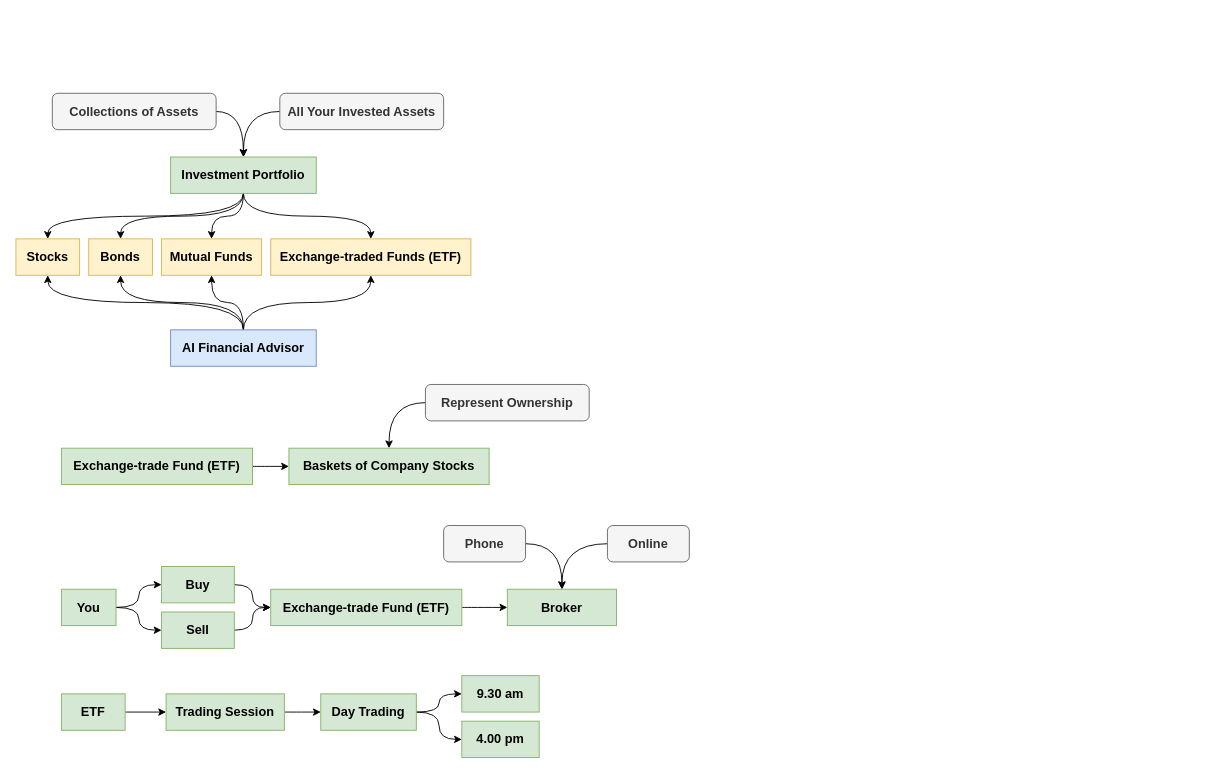
Cryptolibertarian-id/The-Carbon-Credit-Course keeps this draw.io diagram as page "ETF" (2 of 2) of draw.io/ETF.drawio. Above is the earlier version. Source tidied: cells renumbered, new cells numbered last; positions are measured from the earlier drawing's top-left corner, leaving out a move shared by most shapes. Both pictures are drawn from the tidied source at 91%, with x=0, y=0 at pixel (15, 93).
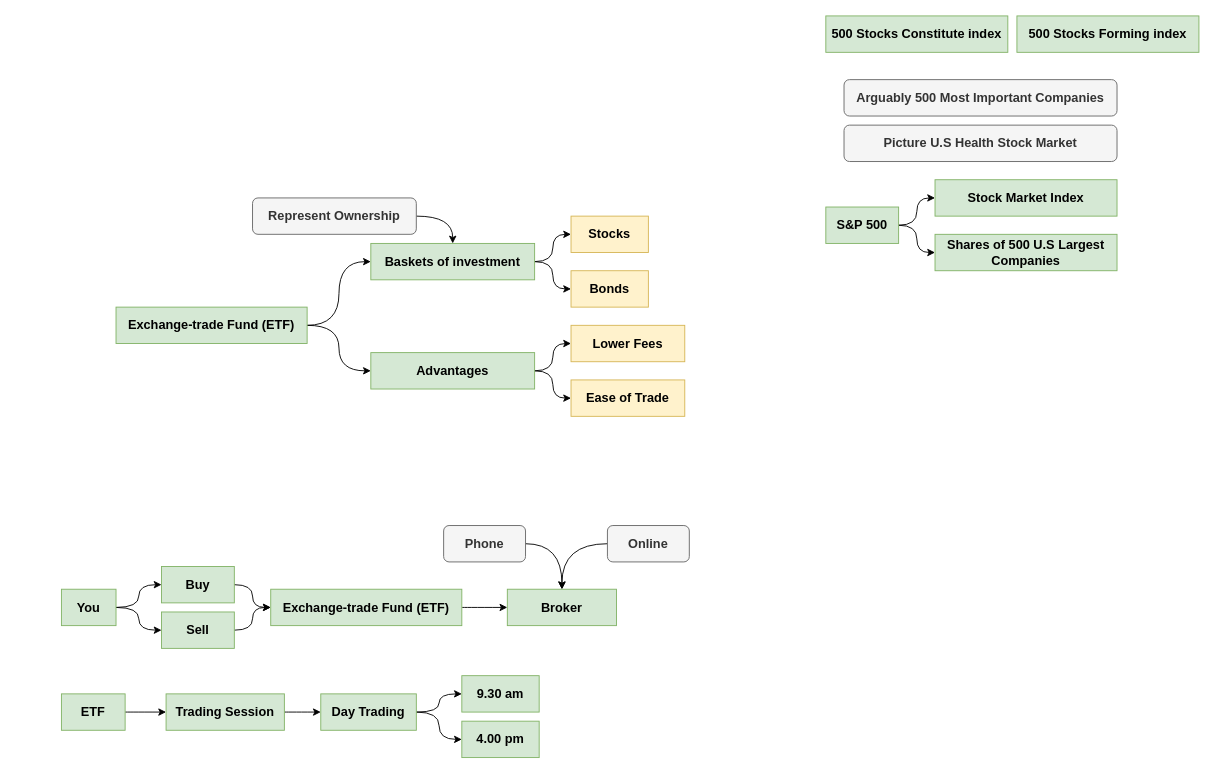
The same page after the edit.

The edit, as a diff of the source:
```diff
@@
+    <mxCell id="48" style="edgeStyle=orthogonalEdgeStyle;curved=1;jettySize=auto;html=1;exitX=1;exitY=0.5;exitDx=0;exitDy=0;entryX=0;entryY=0.5;entryDx=0;entryDy=0;" parent="1" edge="1" source="22" target="53">
+      <mxGeometry relative="1" as="geometry" />
+    </mxCell>
-    <mxCell id="21" style="edgeStyle=orthogonalEdgeStyle;curved=1;jettySize=auto;html=1;exitX=1;exitY=0.5;exitDx=0;exitDy=0;" parent="1" edge="1" source="22" target="23">
+    <mxCell id="21" style="edgeStyle=orthogonalEdgeStyle;curved=1;jettySize=auto;html=1;exitX=1;exitY=0.5;exitDx=0;exitDy=0;entryX=0;entryY=0.5;entryDx=0;entryDy=0;" parent="1" edge="1" source="22" target="23">
       <mxGeometry relative="1" as="geometry" />
     </mxCell>
     <mxCell id="22" value="&lt;span style=&quot;font-size: 14px&quot;&gt;&lt;b&gt;Exchange-trade Fund (ETF)&lt;/b&gt;&lt;/span&gt;" style="rounded=0;whiteSpace=wrap;html=1;fillColor=#d5e8d4;strokeColor=#82b366;" parent="1" vertex="1">
-      <mxGeometry x="50" y="390" width="210" height="40" as="geometry" />
+      <mxGeometry x="110" y="235" width="210" height="40" as="geometry" />
     </mxCell>
+    <mxCell id="49" style="edgeStyle=orthogonalEdgeStyle;curved=1;jettySize=auto;html=1;exitX=1;exitY=0.5;exitDx=0;exitDy=0;" parent="1" edge="1" source="23" target="39">
+      <mxGeometry relative="1" as="geometry" />
+    </mxCell>
+    <mxCell id="50" style="edgeStyle=orthogonalEdgeStyle;curved=1;jettySize=auto;html=1;exitX=1;exitY=0.5;exitDx=0;exitDy=0;" parent="1" edge="1" source="23" target="40">
+      <mxGeometry relative="1" as="geometry" />
+    </mxCell>
-    <mxCell id="23" value="&lt;span style=&quot;font-size: 14px&quot;&gt;&lt;b&gt;Baskets of Company Stocks&lt;/b&gt;&lt;/span&gt;" style="rounded=0;whiteSpace=wrap;html=1;fillColor=#d5e8d4;strokeColor=#82b366;" parent="1" vertex="1">
-      <mxGeometry x="300" y="390" width="220" height="40" as="geometry" />
+    <mxCell id="23" value="&lt;span style=&quot;font-size: 14px&quot;&gt;&lt;b&gt;Baskets of investment&lt;/b&gt;&lt;/span&gt;" style="rounded=0;whiteSpace=wrap;html=1;fillColor=#d5e8d4;strokeColor=#82b366;" parent="1" vertex="1">
+      <mxGeometry x="390" y="165" width="180" height="40" as="geometry" />
     </mxCell>
-    <mxCell id="24" style="edgeStyle=orthogonalEdgeStyle;curved=1;jettySize=auto;html=1;exitX=0;exitY=0.5;exitDx=0;exitDy=0;" parent="1" edge="1" source="25" target="23">
+    <mxCell id="24" style="edgeStyle=orthogonalEdgeStyle;curved=1;jettySize=auto;html=1;exitX=1;exitY=0.5;exitDx=0;exitDy=0;entryX=0.5;entryY=0;entryDx=0;entryDy=0;" parent="1" edge="1" source="25" target="23">
       <mxGeometry relative="1" as="geometry" />
     </mxCell>
     <mxCell id="25" value="&lt;span style=&quot;font-size: 14px&quot;&gt;&lt;b&gt;Represent Ownership&lt;/b&gt;&lt;/span&gt;" style="rounded=1;whiteSpace=wrap;html=1;fillColor=#f5f5f5;strokeColor=#666666;fontColor=#333333;" parent="1" vertex="1">
-      <mxGeometry x="450" y="320" width="180" height="40" as="geometry" />
+      <mxGeometry x="260" y="115" width="180" height="40" as="geometry" />
     </mxCell>
@@
-    <mxCell id="30" style="edgeStyle=orthogonalEdgeStyle;curved=1;jettySize=auto;html=1;exitX=0.5;exitY=1;exitDx=0;exitDy=0;" parent="1" edge="1" source="34" target="39">
-      <mxGeometry relative="1" as="geometry" />
-    </mxCell>
-    <mxCell id="31" style="edgeStyle=orthogonalEdgeStyle;curved=1;jettySize=auto;html=1;exitX=0.5;exitY=1;exitDx=0;exitDy=0;" parent="1" edge="1" source="34" target="42">
-      <mxGeometry relative="1" as="geometry" />
-    </mxCell>
-    <mxCell id="32" style="edgeStyle=orthogonalEdgeStyle;curved=1;jettySize=auto;html=1;exitX=0.5;exitY=1;exitDx=0;exitDy=0;entryX=0.5;entryY=0;entryDx=0;entryDy=0;" parent="1" edge="1" source="34" target="40">
-      <mxGeometry relative="1" as="geometry" />
-    </mxCell>
-    <mxCell id="33" style="edgeStyle=orthogonalEdgeStyle;curved=1;jettySize=auto;html=1;exitX=0.5;exitY=1;exitDx=0;exitDy=0;" parent="1" edge="1" source="34" target="41">
-      <mxGeometry relative="1" as="geometry" />
-    </mxCell>
-    <mxCell id="34" value="&lt;span style=&quot;font-size: 14px&quot;&gt;&lt;b&gt;Investment Portfolio&lt;/b&gt;&lt;/span&gt;" style="rounded=0;whiteSpace=wrap;html=1;fillColor=#d5e8d4;strokeColor=#82b366;" parent="1" vertex="1">
-      <mxGeometry x="170" y="70" width="160" height="40" as="geometry" />
-    </mxCell>
-    <mxCell id="35" style="edgeStyle=orthogonalEdgeStyle;curved=1;jettySize=auto;html=1;exitX=0;exitY=0.5;exitDx=0;exitDy=0;" parent="1" edge="1" source="36" target="34">
-      <mxGeometry relative="1" as="geometry" />
-    </mxCell>
-    <mxCell id="36" value="&lt;span style=&quot;font-size: 14px&quot;&gt;&lt;b&gt;All Your Invested Assets&lt;/b&gt;&lt;/span&gt;" style="rounded=1;whiteSpace=wrap;html=1;fillColor=#f5f5f5;strokeColor=#666666;fontColor=#333333;" parent="1" vertex="1">
-      <mxGeometry x="290" width="180" height="40" as="geometry" />
-    </mxCell>
-    <mxCell id="37" style="edgeStyle=orthogonalEdgeStyle;curved=1;jettySize=auto;html=1;exitX=1;exitY=0.5;exitDx=0;exitDy=0;entryX=0.5;entryY=0;entryDx=0;entryDy=0;" parent="1" edge="1" source="38" target="34">
-      <mxGeometry relative="1" as="geometry" />
-    </mxCell>
-    <mxCell id="38" value="&lt;span style=&quot;font-size: 14px&quot;&gt;&lt;b&gt;Collections of Assets&lt;/b&gt;&lt;/span&gt;" style="rounded=1;whiteSpace=wrap;html=1;fillColor=#f5f5f5;strokeColor=#666666;fontColor=#333333;" parent="1" vertex="1">
-      <mxGeometry x="40" width="180" height="40" as="geometry" />
-    </mxCell>
+    <mxCell id="40" value="&lt;span style=&quot;font-size: 14px&quot;&gt;&lt;b&gt;Bonds&lt;/b&gt;&lt;/span&gt;" style="rounded=0;whiteSpace=wrap;html=1;fillColor=#fff2cc;strokeColor=#d6b656;" parent="1" vertex="1">
+      <mxGeometry x="610" y="195" width="85" height="40" as="geometry" />
+    </mxCell>
     <mxCell id="39" value="&lt;span style=&quot;font-size: 14px&quot;&gt;&lt;b&gt;Stocks&lt;/b&gt;&lt;/span&gt;" style="rounded=0;whiteSpace=wrap;html=1;fillColor=#fff2cc;strokeColor=#d6b656;" parent="1" vertex="1">
-      <mxGeometry y="160" width="70" height="40" as="geometry" />
+      <mxGeometry x="610" y="135" width="85" height="40" as="geometry" />
     </mxCell>
-    <mxCell id="40" value="&lt;span style=&quot;font-size: 14px&quot;&gt;&lt;b&gt;Bonds&lt;/b&gt;&lt;/span&gt;" style="rounded=0;whiteSpace=wrap;html=1;fillColor=#fff2cc;strokeColor=#d6b656;" parent="1" vertex="1">
-      <mxGeometry x="80" y="160" width="70" height="40" as="geometry" />
-    </mxCell>
-    <mxCell id="41" value="&lt;span style=&quot;font-size: 14px&quot;&gt;&lt;b&gt;Mutual Funds&lt;/b&gt;&lt;/span&gt;" style="rounded=0;whiteSpace=wrap;html=1;fillColor=#fff2cc;strokeColor=#d6b656;" parent="1" vertex="1">
-      <mxGeometry x="160" y="160" width="110" height="40" as="geometry" />
-    </mxCell>
-    <mxCell id="42" value="&lt;span style=&quot;font-size: 14px&quot;&gt;&lt;b&gt;Exchange-traded Funds (ETF)&lt;/b&gt;&lt;/span&gt;" style="rounded=0;whiteSpace=wrap;html=1;fillColor=#fff2cc;strokeColor=#d6b656;" parent="1" vertex="1">
-      <mxGeometry x="280" y="160" width="220" height="40" as="geometry" />
-    </mxCell>
-    <mxCell id="43" style="edgeStyle=orthogonalEdgeStyle;curved=1;jettySize=auto;html=1;exitX=0.5;exitY=0;exitDx=0;exitDy=0;" parent="1" edge="1" source="47" target="39">
-      <mxGeometry relative="1" as="geometry" />
-    </mxCell>
-    <mxCell id="44" style="edgeStyle=orthogonalEdgeStyle;curved=1;jettySize=auto;html=1;exitX=0.5;exitY=0;exitDx=0;exitDy=0;" parent="1" edge="1" source="47" target="40">
-      <mxGeometry relative="1" as="geometry" />
-    </mxCell>
-    <mxCell id="45" style="edgeStyle=orthogonalEdgeStyle;curved=1;jettySize=auto;html=1;exitX=0.5;exitY=0;exitDx=0;exitDy=0;" parent="1" edge="1" source="47" target="41">
-      <mxGeometry relative="1" as="geometry" />
-    </mxCell>
-    <mxCell id="46" style="edgeStyle=orthogonalEdgeStyle;curved=1;jettySize=auto;html=1;exitX=0.5;exitY=0;exitDx=0;exitDy=0;" parent="1" edge="1" source="47" target="42">
-      <mxGeometry relative="1" as="geometry" />
-    </mxCell>
-    <mxCell id="47" value="&lt;span style=&quot;font-size: 14px&quot;&gt;&lt;b&gt;AI Financial Advisor&lt;/b&gt;&lt;/span&gt;" style="rounded=0;whiteSpace=wrap;html=1;fillColor=#dae8fc;strokeColor=#6c8ebf;" parent="1" vertex="1">
-      <mxGeometry x="170" y="260" width="160" height="40" as="geometry" />
-    </mxCell>
+    <mxCell id="51" style="edgeStyle=orthogonalEdgeStyle;curved=1;jettySize=auto;html=1;exitX=1;exitY=0.5;exitDx=0;exitDy=0;" parent="1" edge="1" source="53" target="54">
+      <mxGeometry relative="1" as="geometry" />
+    </mxCell>
+    <mxCell id="52" style="edgeStyle=orthogonalEdgeStyle;curved=1;jettySize=auto;html=1;exitX=1;exitY=0.5;exitDx=0;exitDy=0;entryX=0;entryY=0.5;entryDx=0;entryDy=0;" parent="1" edge="1" source="53" target="55">
+      <mxGeometry relative="1" as="geometry" />
+    </mxCell>
+    <mxCell id="53" value="&lt;span style=&quot;font-size: 14px&quot;&gt;&lt;b&gt;Advantages&lt;/b&gt;&lt;/span&gt;" style="rounded=0;whiteSpace=wrap;html=1;fillColor=#d5e8d4;strokeColor=#82b366;" parent="1" vertex="1">
+      <mxGeometry x="390" y="285" width="180" height="40" as="geometry" />
+    </mxCell>
+    <mxCell id="54" value="&lt;span style=&quot;font-size: 14px&quot;&gt;&lt;b&gt;Lower Fees&lt;/b&gt;&lt;/span&gt;" style="rounded=0;whiteSpace=wrap;html=1;fillColor=#fff2cc;strokeColor=#d6b656;" parent="1" vertex="1">
+      <mxGeometry x="610" y="255" width="125" height="40" as="geometry" />
+    </mxCell>
+    <mxCell id="55" value="&lt;span style=&quot;font-size: 14px&quot;&gt;&lt;b&gt;Ease of Trade&lt;/b&gt;&lt;/span&gt;" style="rounded=0;whiteSpace=wrap;html=1;fillColor=#fff2cc;strokeColor=#d6b656;" parent="1" vertex="1">
+      <mxGeometry x="610" y="315" width="125" height="40" as="geometry" />
+    </mxCell>
+    <mxCell id="56" style="edgeStyle=orthogonalEdgeStyle;curved=1;jettySize=auto;html=1;exitX=1;exitY=0.5;exitDx=0;exitDy=0;" parent="1" edge="1" source="58" target="60">
+      <mxGeometry relative="1" as="geometry" />
+    </mxCell>
+    <mxCell id="57" style="edgeStyle=orthogonalEdgeStyle;curved=1;jettySize=auto;html=1;exitX=1;exitY=0.5;exitDx=0;exitDy=0;entryX=0;entryY=0.5;entryDx=0;entryDy=0;" parent="1" edge="1" source="58" target="61">
+      <mxGeometry relative="1" as="geometry" />
+    </mxCell>
+    <mxCell id="58" value="&lt;span style=&quot;font-size: 14px&quot;&gt;&lt;b&gt;S&amp;amp;P 500&lt;/b&gt;&lt;/span&gt;" style="rounded=0;whiteSpace=wrap;html=1;fillColor=#d5e8d4;strokeColor=#82b366;" parent="1" vertex="1">
+      <mxGeometry x="890" y="125" width="80" height="40" as="geometry" />
+    </mxCell>
+    <mxCell id="59" value="&lt;span style=&quot;font-size: 14px&quot;&gt;&lt;b&gt;Picture U.S Health Stock Market&lt;/b&gt;&lt;/span&gt;" style="rounded=1;whiteSpace=wrap;html=1;fillColor=#f5f5f5;strokeColor=#666666;fontColor=#333333;" parent="1" vertex="1">
+      <mxGeometry x="910" y="35" width="300" height="40" as="geometry" />
+    </mxCell>
+    <mxCell id="60" value="&lt;span style=&quot;font-size: 14px&quot;&gt;&lt;b&gt;Stock Market Index&lt;/b&gt;&lt;/span&gt;" style="rounded=0;whiteSpace=wrap;html=1;fillColor=#d5e8d4;strokeColor=#82b366;" parent="1" vertex="1">
+      <mxGeometry x="1010" y="95" width="200" height="40" as="geometry" />
+    </mxCell>
+    <mxCell id="61" value="&lt;span style=&quot;font-size: 14px&quot;&gt;&lt;b&gt;Shares of 500 U.S Largest Companies&lt;/b&gt;&lt;/span&gt;" style="rounded=0;whiteSpace=wrap;html=1;fillColor=#d5e8d4;strokeColor=#82b366;" parent="1" vertex="1">
+      <mxGeometry x="1010" y="155" width="200" height="40" as="geometry" />
+    </mxCell>
+    <mxCell id="62" value="&lt;span style=&quot;font-size: 14px&quot;&gt;&lt;b&gt;500 Stocks Constitute index&lt;/b&gt;&lt;/span&gt;" style="rounded=0;whiteSpace=wrap;html=1;fillColor=#d5e8d4;strokeColor=#82b366;" parent="1" vertex="1">
+      <mxGeometry x="890" y="-85" width="200" height="40" as="geometry" />
+    </mxCell>
+    <mxCell id="63" value="&lt;span style=&quot;font-size: 14px&quot;&gt;&lt;b&gt;500 Stocks Forming index&lt;/b&gt;&lt;/span&gt;" style="rounded=0;whiteSpace=wrap;html=1;fillColor=#d5e8d4;strokeColor=#82b366;" parent="1" vertex="1">
+      <mxGeometry x="1100" y="-85" width="200" height="40" as="geometry" />
+    </mxCell>
+    <mxCell id="64" value="&lt;span style=&quot;font-size: 14px&quot;&gt;&lt;b&gt;Arguably 500 Most Important Companies&lt;/b&gt;&lt;/span&gt;" style="rounded=1;whiteSpace=wrap;html=1;fillColor=#f5f5f5;strokeColor=#666666;fontColor=#333333;" parent="1" vertex="1">
+      <mxGeometry x="910" y="-15" width="300" height="40" as="geometry" />
+    </mxCell>
```
